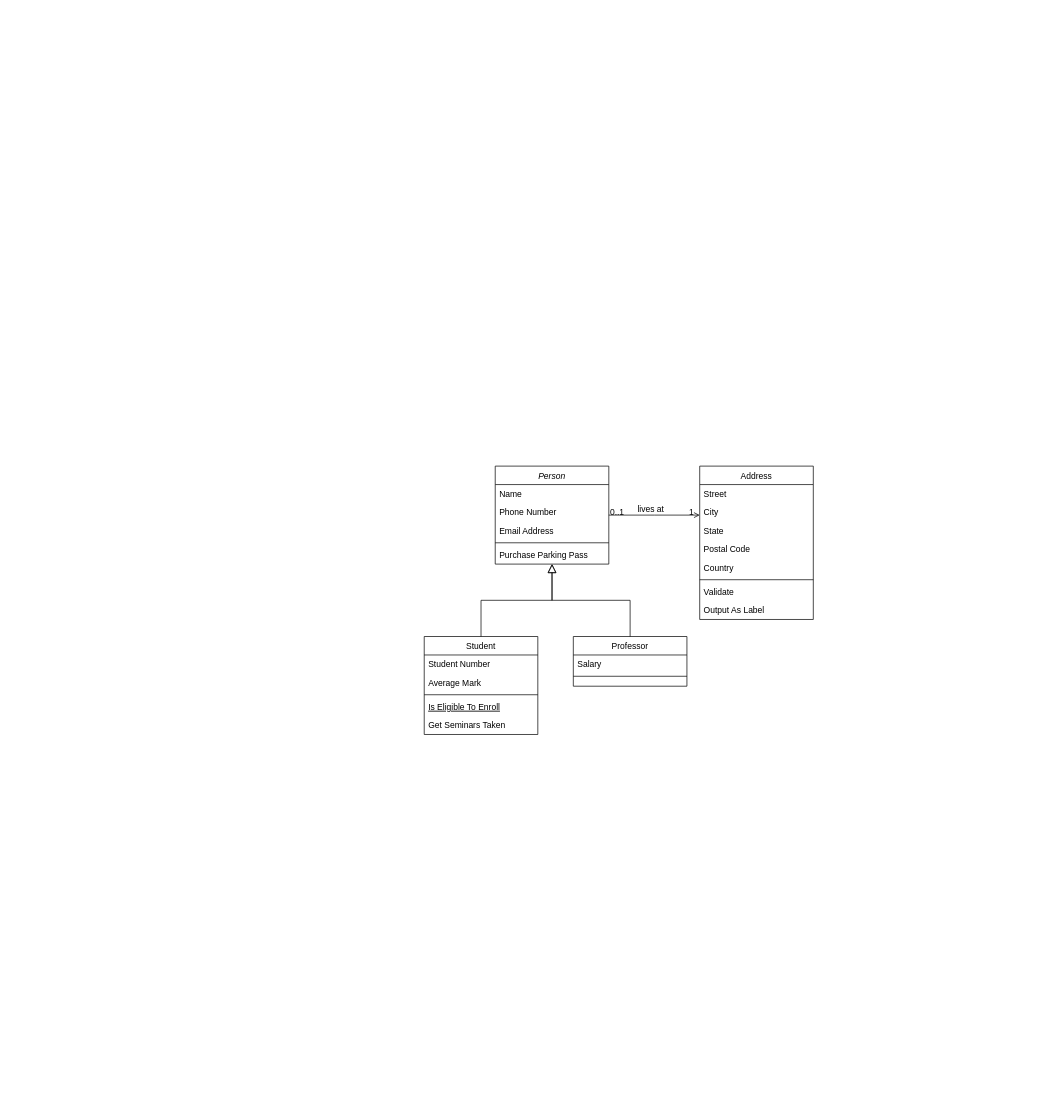
ShineSoYoung/CRA keeps this draw.io diagram as E-Project/document/Class Diagram.drawio. Above is the earlier version. Source tidied: cells renumbered, new cells numbered last; positions are measured from the earlier drawing's top-left corner, leaving out a move shared by most shapes. Both pictures are drawn from the tidied source at 71%, with x=0, y=0 at pixel (424, 466).
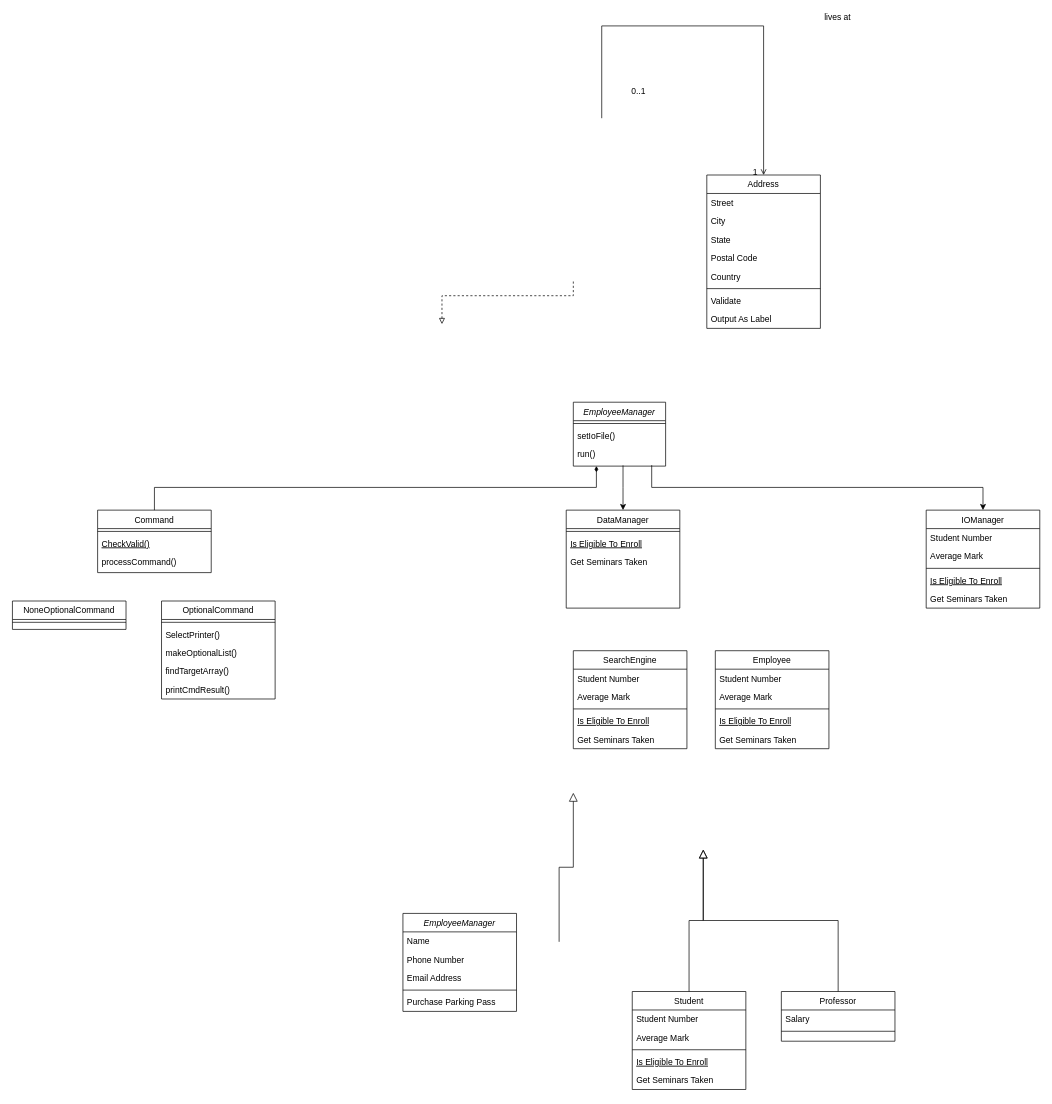
Above is the later version.

The edit, as a diff of the source:
```diff
@@
-    <mxCell id="2" value="Person" style="swimlane;fontStyle=2;align=center;verticalAlign=top;horizontal=1;startSize=26;rounded=0;shadow=0;strokeWidth=1;" parent="1" vertex="1">
-      <mxGeometry x="100" width="160" height="138" as="geometry" />
+    <mxCell id="2" value="EmployeeManager" style="swimlane;fontStyle=2;align=center;verticalAlign=top;horizontal=1;startSize=26;rounded=0;shadow=0;strokeWidth=1;" parent="1" vertex="1">
+      <mxGeometry x="210" y="-90" width="130" height="90" as="geometry" />
     </mxCell>
-    <mxCell id="3" value="Name" style="text;align=left;verticalAlign=top;spacingLeft=4;spacingRight=4;overflow=hidden;" parent="2" vertex="1">
-      <mxGeometry y="26" width="160" height="26" as="geometry" />
-    </mxCell>
-    <mxCell id="4" value="Phone Number" style="text;align=left;verticalAlign=top;spacingLeft=4;spacingRight=4;overflow=hidden;rounded=0;shadow=0;html=0;" parent="2" vertex="1">
-      <mxGeometry y="52" width="160" height="26" as="geometry" />
-    </mxCell>
-    <mxCell id="5" value="Email Address" style="text;align=left;verticalAlign=top;spacingLeft=4;spacingRight=4;overflow=hidden;rounded=0;shadow=0;html=0;" parent="2" vertex="1">
-      <mxGeometry y="78" width="160" height="26" as="geometry" />
-    </mxCell>
     <mxCell id="6" style="line;html=1;strokeWidth=1;align=left;verticalAlign=middle;spacingTop=-1;spacingLeft=3;spacingRight=3;labelPosition=right;" parent="2" vertex="1">
-      <mxGeometry y="104" width="160" height="8" as="geometry" />
+      <mxGeometry y="26" width="130" height="8" as="geometry" />
     </mxCell>
-    <mxCell id="7" value="Purchase Parking Pass" style="text;align=left;verticalAlign=top;spacingLeft=4;spacingRight=4;overflow=hidden;" parent="2" vertex="1">
-      <mxGeometry y="112" width="160" height="26" as="geometry" />
+    <mxCell id="7" value="setIoFile()" style="text;align=left;verticalAlign=top;spacingLeft=4;spacingRight=4;overflow=hidden;" parent="2" vertex="1">
+      <mxGeometry y="34" width="130" height="26" as="geometry" />
     </mxCell>
+    <mxCell id="32" value="run()" style="text;align=left;verticalAlign=top;spacingLeft=4;spacingRight=4;overflow=hidden;points=[[0,0.5],[1,0.5]];portConstraint=eastwest;" parent="2" vertex="1">
+      <mxGeometry y="60" width="130" height="26" as="geometry" />
+    </mxCell>
-    <mxCell id="8" value="Student" style="swimlane;fontStyle=0;align=center;verticalAlign=top;horizontal=1;startSize=26;rounded=0;shadow=0;strokeWidth=1;" parent="1" vertex="1">
-      <mxGeometry y="240" width="160" height="138" as="geometry" />
+    <mxCell id="8" value="Command" style="swimlane;fontStyle=0;align=center;verticalAlign=top;horizontal=1;startSize=26;rounded=0;shadow=0;strokeWidth=1;" parent="1" vertex="1">
+      <mxGeometry x="-460" y="62" width="160" height="88" as="geometry" />
     </mxCell>
-    <mxCell id="9" value="Student Number" style="text;align=left;verticalAlign=top;spacingLeft=4;spacingRight=4;overflow=hidden;" parent="8" vertex="1">
-      <mxGeometry y="26" width="160" height="26" as="geometry" />
-    </mxCell>
-    <mxCell id="10" value="Average Mark" style="text;align=left;verticalAlign=top;spacingLeft=4;spacingRight=4;overflow=hidden;rounded=0;shadow=0;html=0;" parent="8" vertex="1">
-      <mxGeometry y="52" width="160" height="26" as="geometry" />
-    </mxCell>
     <mxCell id="11" style="line;html=1;strokeWidth=1;align=left;verticalAlign=middle;spacingTop=-1;spacingLeft=3;spacingRight=3;labelPosition=right;" parent="8" vertex="1">
-      <mxGeometry y="78" width="160" height="8" as="geometry" />
+      <mxGeometry y="26" width="160" height="8" as="geometry" />
     </mxCell>
-    <mxCell id="12" value="Is Eligible To Enroll" style="text;align=left;verticalAlign=top;spacingLeft=4;spacingRight=4;overflow=hidden;fontStyle=4;" parent="8" vertex="1">
-      <mxGeometry y="86" width="160" height="26" as="geometry" />
+    <mxCell id="12" value="CheckValid()" style="text;align=left;verticalAlign=top;spacingLeft=4;spacingRight=4;overflow=hidden;fontStyle=4;" parent="8" vertex="1">
+      <mxGeometry y="34" width="160" height="26" as="geometry" />
     </mxCell>
-    <mxCell id="13" value="Get Seminars Taken" style="text;align=left;verticalAlign=top;spacingLeft=4;spacingRight=4;overflow=hidden;" parent="8" vertex="1">
-      <mxGeometry y="112" width="160" height="26" as="geometry" />
+    <mxCell id="13" value="processCommand()" style="text;align=left;verticalAlign=top;spacingLeft=4;spacingRight=4;overflow=hidden;" parent="8" vertex="1">
+      <mxGeometry y="60" width="160" height="26" as="geometry" />
     </mxCell>
-    <mxCell id="14" style="endArrow=block;endSize=10;endFill=0;shadow=0;strokeWidth=1;rounded=0;edgeStyle=elbowEdgeStyle;elbow=vertical;" parent="1" edge="1" source="8" target="2">
-      <mxGeometry relative="1" as="geometry" />
+    <mxCell id="14" style="endArrow=block;endSize=10;endFill=0;shadow=0;strokeWidth=1;rounded=0;edgeStyle=elbowEdgeStyle;elbow=vertical;" parent="1" edge="1">
+      <mxGeometry relative="1" as="geometry">
+        <mxPoint x="190" y="670" as="sourcePoint" />
+        <mxPoint x="210" y="460" as="targetPoint" />
+      </mxGeometry>
     </mxCell>
-    <mxCell id="15" value="Professor" style="swimlane;fontStyle=0;align=center;verticalAlign=top;horizontal=1;startSize=26;rounded=0;shadow=0;strokeWidth=1;" parent="1" vertex="1">
-      <mxGeometry x="210" y="240" width="160" height="70" as="geometry" />
-    </mxCell>
-    <mxCell id="16" value="Salary" style="text;align=left;verticalAlign=top;spacingLeft=4;spacingRight=4;overflow=hidden;" parent="15" vertex="1">
-      <mxGeometry y="26" width="160" height="26" as="geometry" />
-    </mxCell>
-    <mxCell id="17" style="line;html=1;strokeWidth=1;align=left;verticalAlign=middle;spacingTop=-1;spacingLeft=3;spacingRight=3;labelPosition=right;" parent="15" vertex="1">
-      <mxGeometry y="52" width="160" height="8" as="geometry" />
-    </mxCell>
-    <mxCell id="18" style="endArrow=block;endSize=10;endFill=0;shadow=0;strokeWidth=1;rounded=0;edgeStyle=elbowEdgeStyle;elbow=vertical;" parent="1" edge="1" source="15" target="2">
-      <mxGeometry relative="1" as="geometry" />
+    <mxCell id="18" style="endArrow=diamondThin;endFill=1;shadow=0;strokeWidth=1;rounded=0;edgeStyle=elbowEdgeStyle;elbow=vertical;exitX=0.5;exitY=0;exitDx=0;exitDy=0;entryX=0.25;entryY=1;entryDx=0;entryDy=0;" parent="1" edge="1" source="8" target="2">
+      <mxGeometry relative="1" as="geometry">
+        <Array as="points">
+          <mxPoint x="150" y="30" />
+          <mxPoint x="280" y="60" />
+        </Array>
+      </mxGeometry>
     </mxCell>
     <mxCell id="19" value="Address" style="swimlane;fontStyle=0;align=center;verticalAlign=top;horizontal=1;startSize=26;rounded=0;shadow=0;strokeWidth=1;" parent="1" vertex="1">
-      <mxGeometry x="388" width="160" height="216" as="geometry" />
+      <mxGeometry x="398" y="-410" width="160" height="216" as="geometry" />
     </mxCell>
@@
-    <mxCell id="28" style="endArrow=open;shadow=0;strokeWidth=1;rounded=0;endFill=1;edgeStyle=elbowEdgeStyle;elbow=vertical;" parent="1" edge="1" source="2" target="19">
+    <mxCell id="28" style="endArrow=open;shadow=0;strokeWidth=1;rounded=0;endFill=1;edgeStyle=elbowEdgeStyle;elbow=vertical;" parent="1" edge="1" target="19">
       <mxGeometry x="0.5" y="41" relative="1" as="geometry">
+        <mxPoint x="250" y="-490" as="sourcePoint" />
+        <Array as="points">
+          <mxPoint x="350" y="-620" />
+        </Array>
         <mxPoint x="-40" y="32" as="offset" />
       </mxGeometry>
     </mxCell>
     <mxCell id="29" value="0..1" style="align=left;verticalAlign=bottom;labelBackgroundColor=none;fontSize=12;" parent="28" vertex="1">
       <mxGeometry x="-1" relative="1" as="geometry">
-        <mxPoint y="4" as="offset" />
+        <mxPoint x="40" y="-30" as="offset" />
       </mxGeometry>
     </mxCell>
@@
     <mxCell id="31" value="lives at" style="text;html=1;align=center;verticalAlign=middle;labelBackgroundColor=none;rounded=0;shadow=0;strokeWidth=1;fontSize=12;" parent="28" vertex="1">
       <mxGeometry x="0.5" y="49" relative="1" as="geometry">
-        <mxPoint x="-38" y="40" as="offset" />
+        <mxPoint x="54" y="-81" as="offset" />
       </mxGeometry>
     </mxCell>
+    <mxCell id="33" value="EmployeeManager" style="swimlane;fontStyle=2;align=center;verticalAlign=top;horizontal=1;startSize=26;rounded=0;shadow=0;strokeWidth=1;" parent="1" vertex="1">
+      <mxGeometry x="-30" y="630" width="160" height="138" as="geometry" />
+    </mxCell>
+    <mxCell id="3" value="Name" style="text;align=left;verticalAlign=top;spacingLeft=4;spacingRight=4;overflow=hidden;" parent="33" vertex="1">
+      <mxGeometry y="26" width="160" height="26" as="geometry" />
+    </mxCell>
+    <mxCell id="4" value="Phone Number" style="text;align=left;verticalAlign=top;spacingLeft=4;spacingRight=4;overflow=hidden;rounded=0;shadow=0;html=0;" parent="33" vertex="1">
+      <mxGeometry y="52" width="160" height="26" as="geometry" />
+    </mxCell>
+    <mxCell id="5" value="Email Address" style="text;align=left;verticalAlign=top;spacingLeft=4;spacingRight=4;overflow=hidden;rounded=0;shadow=0;html=0;" parent="33" vertex="1">
+      <mxGeometry y="78" width="160" height="26" as="geometry" />
+    </mxCell>
+    <mxCell id="34" style="line;html=1;strokeWidth=1;align=left;verticalAlign=middle;spacingTop=-1;spacingLeft=3;spacingRight=3;labelPosition=right;" parent="33" vertex="1">
+      <mxGeometry y="104" width="160" height="8" as="geometry" />
+    </mxCell>
+    <mxCell id="35" value="Purchase Parking Pass" style="text;align=left;verticalAlign=top;spacingLeft=4;spacingRight=4;overflow=hidden;" parent="33" vertex="1">
+      <mxGeometry y="112" width="160" height="26" as="geometry" />
+    </mxCell>
+    <mxCell id="36" value="Student" style="swimlane;fontStyle=0;align=center;verticalAlign=top;horizontal=1;startSize=26;rounded=0;shadow=0;strokeWidth=1;" parent="1" vertex="1">
+      <mxGeometry x="293" y="740" width="160" height="138" as="geometry" />
+    </mxCell>
+    <mxCell id="37" value="Student Number" style="text;align=left;verticalAlign=top;spacingLeft=4;spacingRight=4;overflow=hidden;" parent="36" vertex="1">
+      <mxGeometry y="26" width="160" height="26" as="geometry" />
+    </mxCell>
+    <mxCell id="38" value="Average Mark" style="text;align=left;verticalAlign=top;spacingLeft=4;spacingRight=4;overflow=hidden;rounded=0;shadow=0;html=0;" parent="36" vertex="1">
+      <mxGeometry y="52" width="160" height="26" as="geometry" />
+    </mxCell>
+    <mxCell id="39" style="line;html=1;strokeWidth=1;align=left;verticalAlign=middle;spacingTop=-1;spacingLeft=3;spacingRight=3;labelPosition=right;" parent="36" vertex="1">
+      <mxGeometry y="78" width="160" height="8" as="geometry" />
+    </mxCell>
+    <mxCell id="40" value="Is Eligible To Enroll" style="text;align=left;verticalAlign=top;spacingLeft=4;spacingRight=4;overflow=hidden;fontStyle=4;" parent="36" vertex="1">
+      <mxGeometry y="86" width="160" height="26" as="geometry" />
+    </mxCell>
+    <mxCell id="41" value="Get Seminars Taken" style="text;align=left;verticalAlign=top;spacingLeft=4;spacingRight=4;overflow=hidden;" parent="36" vertex="1">
+      <mxGeometry y="112" width="160" height="26" as="geometry" />
+    </mxCell>
+    <mxCell id="42" style="endArrow=block;endSize=10;endFill=0;shadow=0;strokeWidth=1;rounded=0;edgeStyle=elbowEdgeStyle;elbow=vertical;" parent="1" edge="1" source="36">
+      <mxGeometry relative="1" as="geometry">
+        <mxPoint x="393" y="540" as="targetPoint" />
+      </mxGeometry>
+    </mxCell>
+    <mxCell id="15" value="Professor" style="swimlane;fontStyle=0;align=center;verticalAlign=top;horizontal=1;startSize=26;rounded=0;shadow=0;strokeWidth=1;" parent="1" vertex="1">
+      <mxGeometry x="503" y="740" width="160" height="70" as="geometry" />
+    </mxCell>
+    <mxCell id="16" value="Salary" style="text;align=left;verticalAlign=top;spacingLeft=4;spacingRight=4;overflow=hidden;" parent="15" vertex="1">
+      <mxGeometry y="26" width="160" height="26" as="geometry" />
+    </mxCell>
+    <mxCell id="17" style="line;html=1;strokeWidth=1;align=left;verticalAlign=middle;spacingTop=-1;spacingLeft=3;spacingRight=3;labelPosition=right;" parent="15" vertex="1">
+      <mxGeometry y="52" width="160" height="8" as="geometry" />
+    </mxCell>
+    <mxCell id="43" style="endArrow=block;endSize=10;endFill=0;shadow=0;strokeWidth=1;rounded=0;edgeStyle=elbowEdgeStyle;elbow=vertical;" parent="1" edge="1" source="15">
+      <mxGeometry relative="1" as="geometry">
+        <mxPoint x="393" y="540" as="targetPoint" />
+      </mxGeometry>
+    </mxCell>
+    <mxCell id="44" value="IOManager" style="swimlane;fontStyle=0;align=center;verticalAlign=top;horizontal=1;startSize=26;rounded=0;shadow=0;strokeWidth=1;" parent="1" vertex="1">
+      <mxGeometry x="707" y="62" width="160" height="138" as="geometry" />
+    </mxCell>
+    <mxCell id="45" value="Student Number" style="text;align=left;verticalAlign=top;spacingLeft=4;spacingRight=4;overflow=hidden;" parent="44" vertex="1">
+      <mxGeometry y="26" width="160" height="26" as="geometry" />
+    </mxCell>
+    <mxCell id="46" value="Average Mark" style="text;align=left;verticalAlign=top;spacingLeft=4;spacingRight=4;overflow=hidden;rounded=0;shadow=0;html=0;" parent="44" vertex="1">
+      <mxGeometry y="52" width="160" height="26" as="geometry" />
+    </mxCell>
+    <mxCell id="47" style="line;html=1;strokeWidth=1;align=left;verticalAlign=middle;spacingTop=-1;spacingLeft=3;spacingRight=3;labelPosition=right;" parent="44" vertex="1">
+      <mxGeometry y="78" width="160" height="8" as="geometry" />
+    </mxCell>
+    <mxCell id="48" value="Is Eligible To Enroll" style="text;align=left;verticalAlign=top;spacingLeft=4;spacingRight=4;overflow=hidden;fontStyle=4;" parent="44" vertex="1">
+      <mxGeometry y="86" width="160" height="26" as="geometry" />
+    </mxCell>
+    <mxCell id="49" value="Get Seminars Taken" style="text;align=left;verticalAlign=top;spacingLeft=4;spacingRight=4;overflow=hidden;" parent="44" vertex="1">
+      <mxGeometry y="112" width="160" height="26" as="geometry" />
+    </mxCell>
+    <mxCell id="50" value="DataManager" style="swimlane;fontStyle=0;align=center;verticalAlign=top;horizontal=1;startSize=26;rounded=0;shadow=0;strokeWidth=1;" parent="1" vertex="1">
+      <mxGeometry x="200" y="62" width="160" height="138" as="geometry" />
+    </mxCell>
+    <mxCell id="51" style="line;html=1;strokeWidth=1;align=left;verticalAlign=middle;spacingTop=-1;spacingLeft=3;spacingRight=3;labelPosition=right;" parent="50" vertex="1">
+      <mxGeometry y="26" width="160" height="8" as="geometry" />
+    </mxCell>
+    <mxCell id="52" value="Is Eligible To Enroll" style="text;align=left;verticalAlign=top;spacingLeft=4;spacingRight=4;overflow=hidden;fontStyle=4;" parent="50" vertex="1">
+      <mxGeometry y="34" width="160" height="26" as="geometry" />
+    </mxCell>
+    <mxCell id="53" value="Get Seminars Taken" style="text;align=left;verticalAlign=top;spacingLeft=4;spacingRight=4;overflow=hidden;" parent="50" vertex="1">
+      <mxGeometry y="60" width="160" height="26" as="geometry" />
+    </mxCell>
+    <mxCell id="54" style="endArrow=block;endFill=0;shadow=0;strokeWidth=1;rounded=0;edgeStyle=elbowEdgeStyle;elbow=vertical;dashed=1;exitX=0.5;exitY=1;exitDx=0;exitDy=0;entryX=0.5;entryY=0;entryDx=0;entryDy=0;" parent="1" edge="1">
+      <mxGeometry relative="1" as="geometry">
+        <mxPoint x="210" y="-260" as="sourcePoint" />
+        <mxPoint x="25" y="-200" as="targetPoint" />
+        <Array as="points">
+          <mxPoint x="115" y="-240" />
+          <mxPoint x="85" y="-190" />
+          <mxPoint x="215" y="-210" />
+        </Array>
+      </mxGeometry>
+    </mxCell>
+    <mxCell id="55" style="endArrow=classic;endFill=1;shadow=0;strokeWidth=1;rounded=0;edgeStyle=elbowEdgeStyle;elbow=vertical;entryX=0.5;entryY=0;entryDx=0;entryDy=0;" parent="1" edge="1" target="50">
+      <mxGeometry relative="1" as="geometry">
+        <mxPoint x="280" y="-1" as="sourcePoint" />
+        <Array as="points">
+          <mxPoint x="110" y="30" />
+          <mxPoint x="290" y="70" />
+        </Array>
+      </mxGeometry>
+    </mxCell>
+    <mxCell id="56" style="endArrow=classic;endFill=1;shadow=0;strokeWidth=1;rounded=0;edgeStyle=elbowEdgeStyle;elbow=vertical;entryX=0.5;entryY=0;entryDx=0;entryDy=0;exitX=0.849;exitY=1.103;exitDx=0;exitDy=0;exitPerimeter=0;" parent="1" edge="1" source="32" target="44">
+      <mxGeometry relative="1" as="geometry">
+        <Array as="points">
+          <mxPoint x="430" y="30" />
+          <mxPoint x="290" y="70" />
+        </Array>
+      </mxGeometry>
+    </mxCell>
+    <mxCell id="57" value="SearchEngine" style="swimlane;fontStyle=0;align=center;verticalAlign=top;horizontal=1;startSize=26;rounded=0;shadow=0;strokeWidth=1;" parent="1" vertex="1">
+      <mxGeometry x="210" y="260" width="160" height="138" as="geometry" />
+    </mxCell>
+    <mxCell id="58" value="Student Number" style="text;align=left;verticalAlign=top;spacingLeft=4;spacingRight=4;overflow=hidden;" parent="57" vertex="1">
+      <mxGeometry y="26" width="160" height="26" as="geometry" />
+    </mxCell>
+    <mxCell id="59" value="Average Mark" style="text;align=left;verticalAlign=top;spacingLeft=4;spacingRight=4;overflow=hidden;rounded=0;shadow=0;html=0;" parent="57" vertex="1">
+      <mxGeometry y="52" width="160" height="26" as="geometry" />
+    </mxCell>
+    <mxCell id="60" style="line;html=1;strokeWidth=1;align=left;verticalAlign=middle;spacingTop=-1;spacingLeft=3;spacingRight=3;labelPosition=right;" parent="57" vertex="1">
+      <mxGeometry y="78" width="160" height="8" as="geometry" />
+    </mxCell>
+    <mxCell id="61" value="Is Eligible To Enroll" style="text;align=left;verticalAlign=top;spacingLeft=4;spacingRight=4;overflow=hidden;fontStyle=4;" parent="57" vertex="1">
+      <mxGeometry y="86" width="160" height="26" as="geometry" />
+    </mxCell>
+    <mxCell id="62" value="Get Seminars Taken" style="text;align=left;verticalAlign=top;spacingLeft=4;spacingRight=4;overflow=hidden;" parent="57" vertex="1">
+      <mxGeometry y="112" width="160" height="26" as="geometry" />
+    </mxCell>
+    <mxCell id="63" value="Employee" style="swimlane;fontStyle=0;align=center;verticalAlign=top;horizontal=1;startSize=26;rounded=0;shadow=0;strokeWidth=1;" parent="1" vertex="1">
+      <mxGeometry x="410" y="260" width="160" height="138" as="geometry" />
+    </mxCell>
+    <mxCell id="64" value="Student Number" style="text;align=left;verticalAlign=top;spacingLeft=4;spacingRight=4;overflow=hidden;" parent="63" vertex="1">
+      <mxGeometry y="26" width="160" height="26" as="geometry" />
+    </mxCell>
+    <mxCell id="65" value="Average Mark" style="text;align=left;verticalAlign=top;spacingLeft=4;spacingRight=4;overflow=hidden;rounded=0;shadow=0;html=0;" parent="63" vertex="1">
+      <mxGeometry y="52" width="160" height="26" as="geometry" />
+    </mxCell>
+    <mxCell id="66" style="line;html=1;strokeWidth=1;align=left;verticalAlign=middle;spacingTop=-1;spacingLeft=3;spacingRight=3;labelPosition=right;" parent="63" vertex="1">
+      <mxGeometry y="78" width="160" height="8" as="geometry" />
+    </mxCell>
+    <mxCell id="67" value="Is Eligible To Enroll" style="text;align=left;verticalAlign=top;spacingLeft=4;spacingRight=4;overflow=hidden;fontStyle=4;" parent="63" vertex="1">
+      <mxGeometry y="86" width="160" height="26" as="geometry" />
+    </mxCell>
+    <mxCell id="68" value="Get Seminars Taken" style="text;align=left;verticalAlign=top;spacingLeft=4;spacingRight=4;overflow=hidden;" parent="63" vertex="1">
+      <mxGeometry y="112" width="160" height="26" as="geometry" />
+    </mxCell>
+    <mxCell id="69" value="NoneOptionalCommand" style="swimlane;fontStyle=0;align=center;verticalAlign=top;horizontal=1;startSize=26;rounded=0;shadow=0;strokeWidth=1;" parent="1" vertex="1">
+      <mxGeometry x="-580" y="190" width="160" height="40" as="geometry" />
+    </mxCell>
+    <mxCell id="70" style="line;html=1;strokeWidth=1;align=left;verticalAlign=middle;spacingTop=-1;spacingLeft=3;spacingRight=3;labelPosition=right;" parent="69" vertex="1">
+      <mxGeometry y="26" width="160" height="8" as="geometry" />
+    </mxCell>
+    <mxCell id="71" value="OptionalCommand" style="swimlane;fontStyle=0;align=center;verticalAlign=top;horizontal=1;startSize=26;rounded=0;shadow=0;strokeWidth=1;" parent="1" vertex="1">
+      <mxGeometry x="-370" y="190" width="160" height="138" as="geometry" />
+    </mxCell>
+    <mxCell id="72" style="line;html=1;strokeWidth=1;align=left;verticalAlign=middle;spacingTop=-1;spacingLeft=3;spacingRight=3;labelPosition=right;" parent="71" vertex="1">
+      <mxGeometry y="26" width="160" height="8" as="geometry" />
+    </mxCell>
+    <mxCell id="73" value="SelectPrinter()" style="text;align=left;verticalAlign=top;spacingLeft=4;spacingRight=4;overflow=hidden;fontStyle=0;" parent="71" vertex="1">
+      <mxGeometry y="34" width="160" height="26" as="geometry" />
+    </mxCell>
+    <mxCell id="74" value="makeOptionalList()" style="text;align=left;verticalAlign=top;spacingLeft=4;spacingRight=4;overflow=hidden;" parent="71" vertex="1">
+      <mxGeometry y="60" width="160" height="26" as="geometry" />
+    </mxCell>
+    <mxCell id="75" value="findTargetArray()" style="text;align=left;verticalAlign=top;spacingLeft=4;spacingRight=4;overflow=hidden;" parent="71" vertex="1">
+      <mxGeometry y="86" width="160" height="26" as="geometry" />
+    </mxCell>
+    <mxCell id="76" value="printCmdResult()" style="text;align=left;verticalAlign=top;spacingLeft=4;spacingRight=4;overflow=hidden;" parent="71" vertex="1">
+      <mxGeometry y="112" width="160" height="26" as="geometry" />
+    </mxCell>
```
